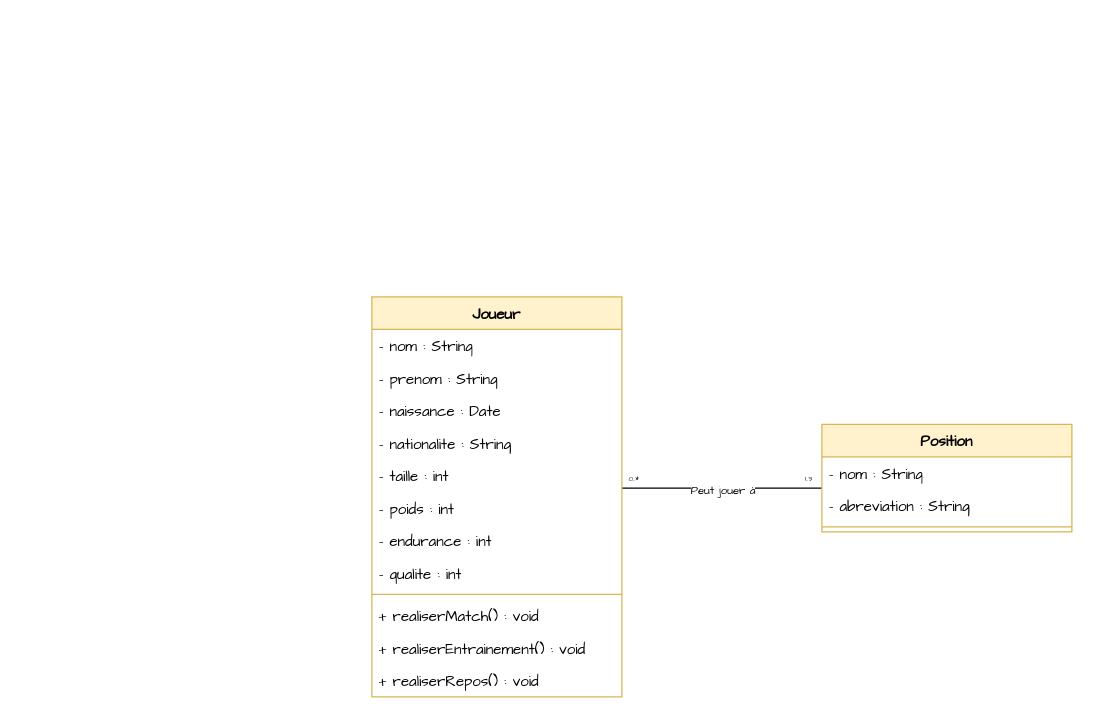
Before: diagramme_classes.drawio in alexandrerahir/PulseCoaching, a draw.io diagram. Source tidied: cells renumbered, new cells numbered last; positions are measured from the earlier drawing's top-left corner, leaving out a move shared by most shapes. Both pictures are drawn from the tidied source at 125%, with x=0, y=0 at pixel (371, 296).
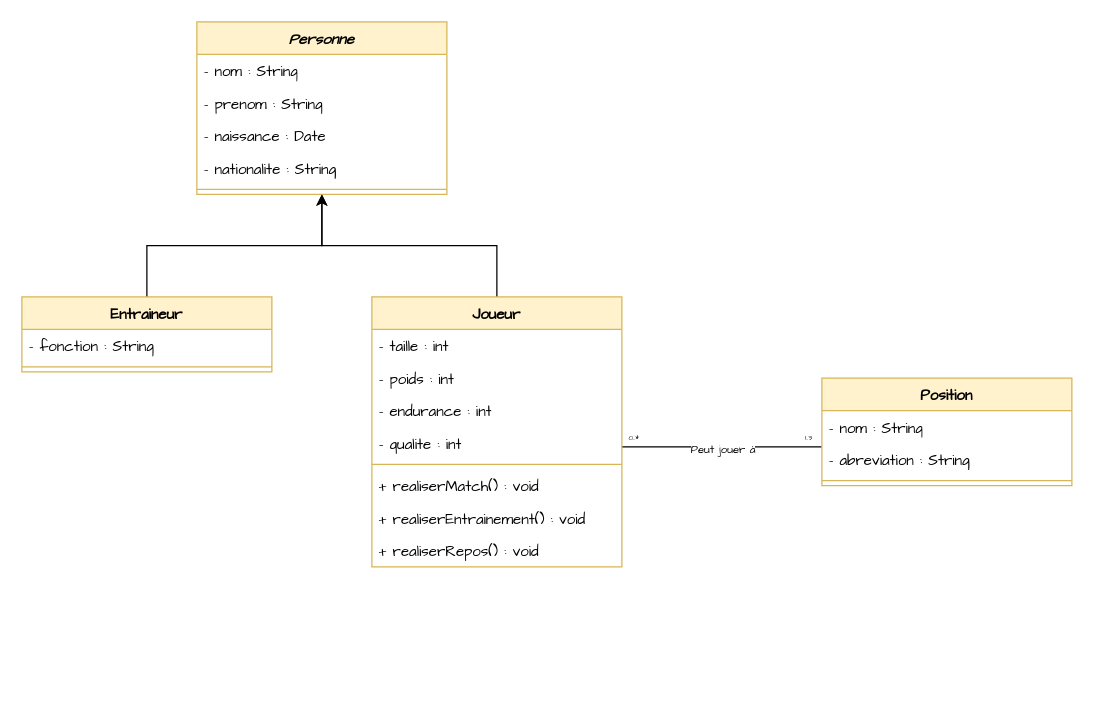
After the change.

Commit message (it also covers changes not shown here):
Implémentation de la classe Entraineur

Change to the diagram source:
```diff
@@
     <mxCell id="2" style="edgeStyle=orthogonalEdgeStyle;rounded=0;orthogonalLoop=1;jettySize=auto;html=1;entryX=1;entryY=0;entryDx=0;entryDy=0;endArrow=none;startFill=0;" parent="1" edge="1">
       <mxGeometry relative="1" as="geometry">
-        <mxPoint x="200" y="153" as="sourcePoint" />
-        <mxPoint x="360" y="153" as="targetPoint" />
+        <mxPoint x="200" y="120" as="sourcePoint" />
+        <mxPoint x="360" y="120" as="targetPoint" />
         <Array as="points">
-          <mxPoint x="200" y="153" />
+          <mxPoint x="200" y="120" />
         </Array>
       </mxGeometry>
     </mxCell>
@@
     <mxCell id="4" value="&lt;font face=&quot;Comic Sans MS&quot; style=&quot;font-size: 6px;&quot;&gt;0..*&lt;/font&gt;" style="text;html=1;align=center;verticalAlign=middle;whiteSpace=wrap;rounded=0;" parent="1" vertex="1">
-      <mxGeometry x="200" y="135" width="20" height="18" as="geometry" />
+      <mxGeometry x="200" y="102" width="20" height="18" as="geometry" />
     </mxCell>
     <mxCell id="5" value="&lt;font face=&quot;Comic Sans MS&quot; style=&quot;font-size: 6px;&quot;&gt;1..3&lt;/font&gt;" style="text;html=1;align=center;verticalAlign=middle;whiteSpace=wrap;rounded=0;" parent="1" vertex="1">
-      <mxGeometry x="340" y="135" width="20" height="18" as="geometry" />
+      <mxGeometry x="340" y="102" width="20" height="18" as="geometry" />
     </mxCell>
+    <mxCell id="23" style="edgeStyle=orthogonalEdgeStyle;rounded=0;jettySize=auto;html=1;entryX=0.5;entryY=1;entryDx=0;entryDy=0;" parent="1" edge="1" source="6" target="24">
+      <mxGeometry relative="1" as="geometry" />
+    </mxCell>
     <mxCell id="6" value="&lt;font style=&quot;&quot; face=&quot;Comic Sans MS&quot;&gt;Joueur&lt;/font&gt;" style="swimlane;fontStyle=1;align=center;verticalAlign=top;horizontal=1;startSize=26;whiteSpace=wrap;html=1;fillColor=#fff2cc;strokeColor=#d6b656;" parent="1" vertex="1">
-      <mxGeometry width="200" height="320" as="geometry" />
+      <mxGeometry width="200" height="216" as="geometry" />
     </mxCell>
-    <mxCell id="7" value="&lt;font style=&quot;&quot; face=&quot;Comic Sans MS&quot;&gt;- nom : String&lt;/font&gt;" style="text;strokeColor=none;fillColor=none;align=left;verticalAlign=top;spacingLeft=4;spacingRight=4;overflow=hidden;whiteSpace=wrap;html=1;" parent="6" vertex="1">
-      <mxGeometry y="26" width="200" height="26" as="geometry" />
-    </mxCell>
-    <mxCell id="8" value="&lt;font face=&quot;Comic Sans MS&quot;&gt;- prenom : String&lt;/font&gt;" style="text;strokeColor=none;fillColor=none;align=left;verticalAlign=top;spacingLeft=4;spacingRight=4;overflow=hidden;whiteSpace=wrap;html=1;" parent="6" vertex="1">
-      <mxGeometry y="52" width="200" height="26" as="geometry" />
-    </mxCell>
-    <mxCell id="9" value="&lt;font face=&quot;Comic Sans MS&quot;&gt;- naissance : Date&lt;/font&gt;" style="text;strokeColor=none;fillColor=none;align=left;verticalAlign=top;spacingLeft=4;spacingRight=4;overflow=hidden;whiteSpace=wrap;html=1;" parent="6" vertex="1">
-      <mxGeometry y="78" width="200" height="26" as="geometry" />
-    </mxCell>
-    <mxCell id="10" value="&lt;font face=&quot;Comic Sans MS&quot;&gt;- nationalite : String&lt;/font&gt;" style="text;strokeColor=none;fillColor=none;align=left;verticalAlign=top;spacingLeft=4;spacingRight=4;overflow=hidden;whiteSpace=wrap;html=1;" parent="6" vertex="1">
-      <mxGeometry y="104" width="200" height="26" as="geometry" />
-    </mxCell>
     <mxCell id="11" value="&lt;font face=&quot;Comic Sans MS&quot;&gt;- taille : int&lt;/font&gt;" style="text;strokeColor=none;fillColor=none;align=left;verticalAlign=top;spacingLeft=4;spacingRight=4;overflow=hidden;whiteSpace=wrap;html=1;" parent="6" vertex="1">
-      <mxGeometry y="130" width="200" height="26" as="geometry" />
+      <mxGeometry y="26" width="200" height="26" as="geometry" />
     </mxCell>
     <mxCell id="12" value="&lt;font face=&quot;Comic Sans MS&quot;&gt;- poids : int&lt;/font&gt;" style="text;strokeColor=none;fillColor=none;align=left;verticalAlign=top;spacingLeft=4;spacingRight=4;overflow=hidden;whiteSpace=wrap;html=1;" parent="6" vertex="1">
-      <mxGeometry y="156" width="200" height="26" as="geometry" />
+      <mxGeometry y="52" width="200" height="26" as="geometry" />
     </mxCell>
     <mxCell id="13" value="&lt;font face=&quot;Comic Sans MS&quot;&gt;- endurance : int&lt;/font&gt;" style="text;strokeColor=none;fillColor=none;align=left;verticalAlign=top;spacingLeft=4;spacingRight=4;overflow=hidden;whiteSpace=wrap;html=1;" parent="6" vertex="1">
-      <mxGeometry y="182" width="200" height="26" as="geometry" />
+      <mxGeometry y="78" width="200" height="26" as="geometry" />
     </mxCell>
     <mxCell id="14" value="&lt;font face=&quot;Comic Sans MS&quot;&gt;- qualite : int&lt;/font&gt;" style="text;strokeColor=none;fillColor=none;align=left;verticalAlign=top;spacingLeft=4;spacingRight=4;overflow=hidden;whiteSpace=wrap;html=1;" parent="6" vertex="1">
-      <mxGeometry y="208" width="200" height="26" as="geometry" />
+      <mxGeometry y="104" width="200" height="26" as="geometry" />
     </mxCell>
     <mxCell id="15" style="line;strokeWidth=1;fillColor=none;align=left;verticalAlign=middle;spacingTop=-1;spacingLeft=3;spacingRight=3;labelPosition=right;strokeColor=inherit;" parent="6" vertex="1">
-      <mxGeometry y="234" width="200" height="8" as="geometry" />
+      <mxGeometry y="130" width="200" height="8" as="geometry" />
     </mxCell>
     <mxCell id="16" value="&lt;font face=&quot;Comic Sans MS&quot;&gt;+ realiserMatch() : void&lt;/font&gt;" style="text;strokeColor=none;fillColor=none;align=left;verticalAlign=top;spacingLeft=4;spacingRight=4;overflow=hidden;whiteSpace=wrap;html=1;" parent="6" vertex="1">
-      <mxGeometry y="242" width="200" height="26" as="geometry" />
+      <mxGeometry y="138" width="200" height="26" as="geometry" />
     </mxCell>
     <mxCell id="17" value="&lt;font face=&quot;Comic Sans MS&quot;&gt;+ realiserEntrainement() : void&lt;/font&gt;" style="text;strokeColor=none;fillColor=none;align=left;verticalAlign=top;spacingLeft=4;spacingRight=4;overflow=hidden;whiteSpace=wrap;html=1;" parent="6" vertex="1">
-      <mxGeometry y="268" width="200" height="26" as="geometry" />
+      <mxGeometry y="164" width="200" height="26" as="geometry" />
     </mxCell>
     <mxCell id="18" value="&lt;font face=&quot;Comic Sans MS&quot;&gt;+ realiserRepos() : void&lt;/font&gt;" style="text;strokeColor=none;fillColor=none;align=left;verticalAlign=top;spacingLeft=4;spacingRight=4;overflow=hidden;whiteSpace=wrap;html=1;" parent="6" vertex="1">
-      <mxGeometry y="294" width="200" height="26" as="geometry" />
+      <mxGeometry y="190" width="200" height="26" as="geometry" />
     </mxCell>
     <mxCell id="19" value="&lt;font style=&quot;&quot; face=&quot;Comic Sans MS&quot;&gt;Position&lt;/font&gt;" style="swimlane;fontStyle=1;align=center;verticalAlign=top;horizontal=1;startSize=26;whiteSpace=wrap;html=1;fillColor=#fff2cc;strokeColor=#d6b656;" parent="1" vertex="1">
-      <mxGeometry x="360" y="102" width="200" height="86" as="geometry" />
+      <mxGeometry x="360" y="65" width="200" height="86" as="geometry" />
     </mxCell>
@@
+    <mxCell id="24" value="&lt;font style=&quot;&quot; face=&quot;Comic Sans MS&quot;&gt;&lt;i&gt;Personne&lt;/i&gt;&lt;/font&gt;" style="swimlane;fontStyle=1;align=center;verticalAlign=top;horizontal=1;startSize=26;whiteSpace=wrap;html=1;fillColor=#fff2cc;strokeColor=#d6b656;" parent="1" vertex="1">
+      <mxGeometry x="-140" y="-220" width="200" height="138" as="geometry" />
+    </mxCell>
+    <mxCell id="7" value="&lt;font style=&quot;&quot; face=&quot;Comic Sans MS&quot;&gt;- nom : String&lt;/font&gt;" style="text;strokeColor=none;fillColor=none;align=left;verticalAlign=top;spacingLeft=4;spacingRight=4;overflow=hidden;whiteSpace=wrap;html=1;" parent="24" vertex="1">
+      <mxGeometry y="26" width="200" height="26" as="geometry" />
+    </mxCell>
+    <mxCell id="8" value="&lt;font face=&quot;Comic Sans MS&quot;&gt;- prenom : String&lt;/font&gt;" style="text;strokeColor=none;fillColor=none;align=left;verticalAlign=top;spacingLeft=4;spacingRight=4;overflow=hidden;whiteSpace=wrap;html=1;" parent="24" vertex="1">
+      <mxGeometry y="52" width="200" height="26" as="geometry" />
+    </mxCell>
+    <mxCell id="9" value="&lt;font face=&quot;Comic Sans MS&quot;&gt;- naissance : Date&lt;/font&gt;" style="text;strokeColor=none;fillColor=none;align=left;verticalAlign=top;spacingLeft=4;spacingRight=4;overflow=hidden;whiteSpace=wrap;html=1;" parent="24" vertex="1">
+      <mxGeometry y="78" width="200" height="26" as="geometry" />
+    </mxCell>
+    <mxCell id="10" value="&lt;font face=&quot;Comic Sans MS&quot;&gt;- nationalite : String&lt;/font&gt;" style="text;strokeColor=none;fillColor=none;align=left;verticalAlign=top;spacingLeft=4;spacingRight=4;overflow=hidden;whiteSpace=wrap;html=1;" parent="24" vertex="1">
+      <mxGeometry y="104" width="200" height="26" as="geometry" />
+    </mxCell>
+    <mxCell id="25" style="line;strokeWidth=1;fillColor=none;align=left;verticalAlign=middle;spacingTop=-1;spacingLeft=3;spacingRight=3;labelPosition=right;strokeColor=inherit;" parent="24" vertex="1">
+      <mxGeometry y="130" width="200" height="8" as="geometry" />
+    </mxCell>
+    <mxCell id="26" style="edgeStyle=orthogonalEdgeStyle;rounded=0;jettySize=auto;html=1;exitX=0.5;exitY=0;exitDx=0;exitDy=0;entryX=0.5;entryY=1;entryDx=0;entryDy=0;" parent="1" edge="1" source="27" target="24">
+      <mxGeometry relative="1" as="geometry" />
+    </mxCell>
+    <mxCell id="27" value="&lt;font style=&quot;&quot; face=&quot;Comic Sans MS&quot;&gt;Entraineur&lt;/font&gt;" style="swimlane;fontStyle=1;align=center;verticalAlign=top;horizontal=1;startSize=26;whiteSpace=wrap;html=1;fillColor=#fff2cc;strokeColor=#d6b656;" parent="1" vertex="1">
+      <mxGeometry x="-280" width="200" height="60" as="geometry" />
+    </mxCell>
+    <mxCell id="28" value="&lt;font style=&quot;&quot; face=&quot;Comic Sans MS&quot;&gt;- fonction : String&lt;/font&gt;" style="text;strokeColor=none;fillColor=none;align=left;verticalAlign=top;spacingLeft=4;spacingRight=4;overflow=hidden;whiteSpace=wrap;html=1;" parent="27" vertex="1">
+      <mxGeometry y="26" width="200" height="26" as="geometry" />
+    </mxCell>
+    <mxCell id="29" style="line;strokeWidth=1;fillColor=none;align=left;verticalAlign=middle;spacingTop=-1;spacingLeft=3;spacingRight=3;labelPosition=right;strokeColor=inherit;" parent="27" vertex="1">
+      <mxGeometry y="52" width="200" height="8" as="geometry" />
+    </mxCell>
```
